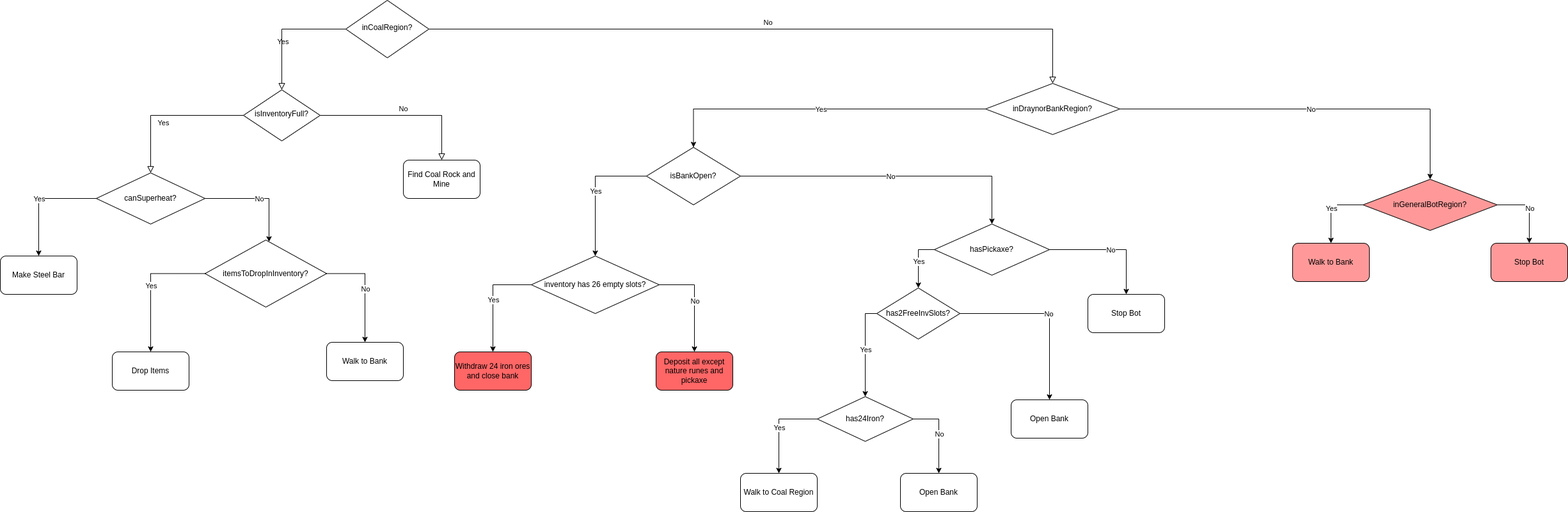
Earlier version of the draw.io export flowchart.png (palyfight/superheat-bot). Source tidied: cells renumbered, new cells last; positions are measured from the earlier drawing's top-left corner, leaving out a move shared by most shapes.
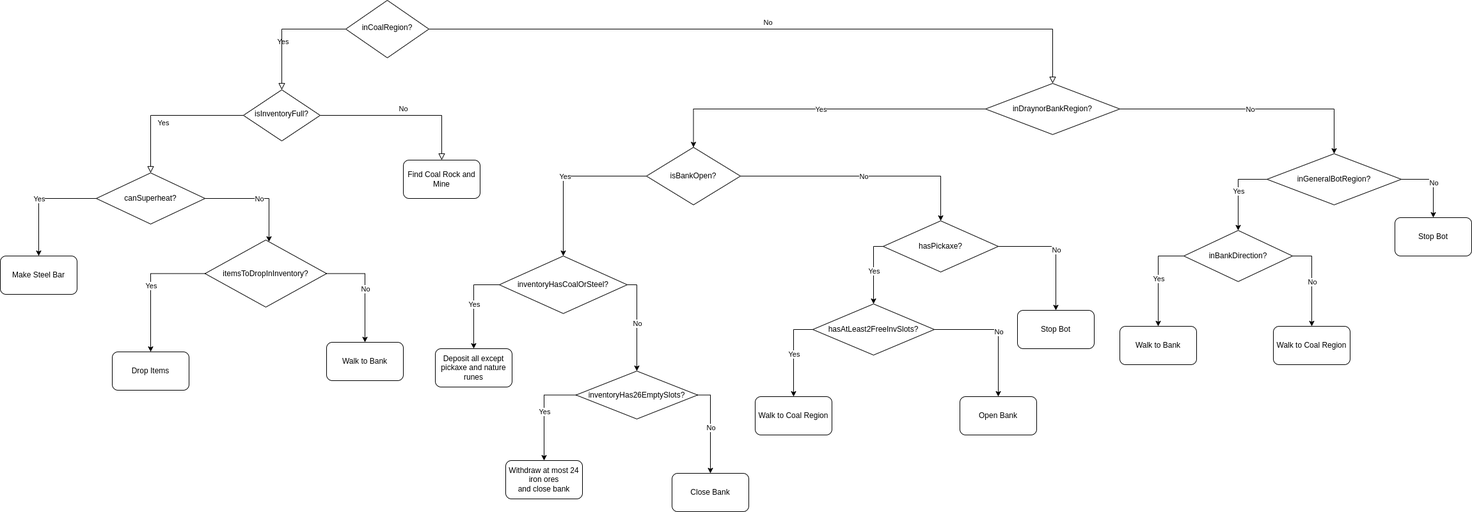
Later version of the same file.

What changed in the source:
```diff
@@ -64,8 +64,8 @@
     <mxCell id="20" value="Yes" style="edgeLabel;html=1;align=center;verticalAlign=middle;" parent="19" vertex="1">
       <mxGeometry relative="1" as="geometry" />
     </mxCell>
-    <mxCell id="21" value="inventory has 26 empty slots?" style="rhombus;whiteSpace=wrap;html=1;" parent="1" vertex="1">
-      <mxGeometry x="830" y="400" width="200" height="90" as="geometry" />
+    <mxCell id="21" value="inventoryHasCoalOrSteel?" style="rhombus;whiteSpace=wrap;html=1;" parent="1" vertex="1">
+      <mxGeometry x="780" y="400" width="200" height="90" as="geometry" />
     </mxCell>
     <mxCell id="22" style="endArrow=classic;html=1;rounded=0;exitX=0;exitY=0.5;exitDx=0;exitDy=0;edgeStyle=orthogonalEdgeStyle;" parent="1" edge="1" source="21" target="27">
       <mxGeometry relative="1" as="geometry" />
@@ -73,17 +73,14 @@
     <mxCell id="23" value="Yes" style="edgeLabel;html=1;align=center;verticalAlign=middle;" parent="22" vertex="1">
       <mxGeometry relative="1" as="geometry" />
     </mxCell>
-    <mxCell id="24" style="endArrow=classic;html=1;rounded=0;exitX=1;exitY=0.5;exitDx=0;exitDy=0;edgeStyle=orthogonalEdgeStyle;" parent="1" edge="1" source="21" target="26">
+    <mxCell id="24" style="endArrow=classic;html=1;rounded=0;exitX=1;exitY=0.5;exitDx=0;exitDy=0;edgeStyle=orthogonalEdgeStyle;" parent="1" edge="1" source="21" target="70">
       <mxGeometry relative="1" as="geometry" />
     </mxCell>
     <mxCell id="25" value="No" style="edgeLabel;html=1;align=center;verticalAlign=middle;" parent="24" vertex="1">
       <mxGeometry relative="1" as="geometry" />
     </mxCell>
-    <mxCell id="26" value="Deposit all except nature runes and pickaxe" style="rounded=1;whiteSpace=wrap;html=1;fillColor=#FF6666;" parent="1" vertex="1">
-      <mxGeometry x="1025" y="550" width="120" height="60" as="geometry" />
-    </mxCell>
-    <mxCell id="27" value="Withdraw 24 iron ores&lt;br style=&quot;border-color: var(--border-color);&quot;&gt;and close bank" style="rounded=1;whiteSpace=wrap;html=1;fillColor=#FF6666;" parent="1" vertex="1">
-      <mxGeometry x="710" y="550" width="120" height="60" as="geometry" />
+    <mxCell id="27" value="Deposit all except pickaxe and nature runes" style="rounded=1;whiteSpace=wrap;html=1;fillColor=#FFFFFF;" parent="1" vertex="1">
+      <mxGeometry x="680" y="545" width="120" height="60" as="geometry" />
     </mxCell>
     <mxCell id="28" style="endArrow=classic;html=1;rounded=0;exitX=1;exitY=0.5;exitDx=0;exitDy=0;edgeStyle=orthogonalEdgeStyle;" parent="1" edge="1" source="18" target="30">
       <mxGeometry relative="1" as="geometry" />
@@ -92,7 +89,7 @@
       <mxGeometry relative="1" as="geometry" />
     </mxCell>
     <mxCell id="30" value="hasPickaxe?" style="rhombus;whiteSpace=wrap;html=1;" parent="1" vertex="1">
-      <mxGeometry x="1460" y="350" width="180" height="80" as="geometry" />
+      <mxGeometry x="1380" y="345" width="180" height="80" as="geometry" />
     </mxCell>
     <mxCell id="31" style="endArrow=classic;html=1;rounded=0;exitX=0;exitY=0.5;exitDx=0;exitDy=0;edgeStyle=orthogonalEdgeStyle;entryX=0.5;entryY=0;entryDx=0;entryDy=0;" parent="1" edge="1" source="30" target="33">
       <mxGeometry relative="1" as="geometry" />
@@ -100,27 +97,15 @@
     <mxCell id="32" value="Yes" style="edgeLabel;html=1;align=center;verticalAlign=middle;" parent="31" vertex="1">
       <mxGeometry relative="1" as="geometry" />
     </mxCell>
-    <mxCell id="33" value="has2FreeInvSlots?" style="rhombus;whiteSpace=wrap;html=1;" parent="1" vertex="1">
-      <mxGeometry x="1370" y="450" width="130" height="80" as="geometry" />
+    <mxCell id="33" value="hasAtLeast2FreeInvSlots?" style="rhombus;whiteSpace=wrap;html=1;" parent="1" vertex="1">
+      <mxGeometry x="1270" y="475" width="190" height="80" as="geometry" />
     </mxCell>
-    <mxCell id="34" style="endArrow=classic;html=1;rounded=0;exitX=0;exitY=0.5;exitDx=0;exitDy=0;edgeStyle=orthogonalEdgeStyle;" parent="1" edge="1" source="33" target="36">
+    <mxCell id="34" style="endArrow=classic;html=1;rounded=0;exitX=0;exitY=0.5;exitDx=0;exitDy=0;edgeStyle=orthogonalEdgeStyle;entryX=0.5;entryY=0;entryDx=0;entryDy=0;" parent="1" edge="1" source="33" target="49">
       <mxGeometry relative="1" as="geometry" />
     </mxCell>
     <mxCell id="35" value="Yes" style="edgeLabel;html=1;align=center;verticalAlign=middle;" parent="34" vertex="1">
       <mxGeometry relative="1" as="geometry" />
     </mxCell>
-    <mxCell id="36" value="has24Iron?" style="rhombus;whiteSpace=wrap;html=1;" parent="1" vertex="1">
-      <mxGeometry x="1277" y="620" width="150" height="70" as="geometry" />
-    </mxCell>
-    <mxCell id="37" style="endArrow=classic;html=1;rounded=0;exitX=0;exitY=0.5;exitDx=0;exitDy=0;edgeStyle=orthogonalEdgeStyle;" parent="1" edge="1" source="36" target="39">
-      <mxGeometry relative="1" as="geometry" />
-    </mxCell>
-    <mxCell id="38" value="Yes" style="edgeLabel;html=1;align=center;verticalAlign=middle;" parent="37" vertex="1">
-      <mxGeometry relative="1" as="geometry" />
-    </mxCell>
-    <mxCell id="39" value="Walk to Coal Region" style="rounded=1;whiteSpace=wrap;html=1;" parent="1" vertex="1">
-      <mxGeometry x="1157" y="740" width="120" height="60" as="geometry" />
-    </mxCell>
     <mxCell id="40" value="itemsToDropInInventory?" style="rhombus;whiteSpace=wrap;html=1;" parent="1" vertex="1">
       <mxGeometry x="320" y="375" width="190" height="105" as="geometry" />
     </mxCell>
@@ -142,14 +127,8 @@
     <mxCell id="46" value="Walk to Bank" style="rounded=1;whiteSpace=wrap;html=1;" parent="1" vertex="1">
       <mxGeometry x="510" y="535" width="120" height="60" as="geometry" />
     </mxCell>
-    <mxCell id="47" style="endArrow=classic;html=1;rounded=0;exitX=1;exitY=0.5;exitDx=0;exitDy=0;edgeStyle=orthogonalEdgeStyle;" parent="1" edge="1" source="36" target="49">
-      <mxGeometry relative="1" as="geometry" />
-    </mxCell>
-    <mxCell id="48" value="No" style="edgeLabel;html=1;align=center;verticalAlign=middle;" parent="47" vertex="1">
-      <mxGeometry relative="1" as="geometry" />
-    </mxCell>
-    <mxCell id="49" value="Open Bank" style="rounded=1;whiteSpace=wrap;html=1;" parent="1" vertex="1">
-      <mxGeometry x="1407" y="740" width="120" height="60" as="geometry" />
+    <mxCell id="49" value="Walk to Coal Region" style="rounded=1;whiteSpace=wrap;html=1;" parent="1" vertex="1">
+      <mxGeometry x="1180" y="620" width="120" height="60" as="geometry" />
     </mxCell>
     <mxCell id="50" style="endArrow=classic;html=1;rounded=0;exitX=1;exitY=0.5;exitDx=0;exitDy=0;edgeStyle=orthogonalEdgeStyle;" parent="1" edge="1" source="33" target="52">
       <mxGeometry relative="1" as="geometry" />
@@ -158,7 +137,7 @@
       <mxGeometry relative="1" as="geometry" />
     </mxCell>
     <mxCell id="52" value="Open Bank" style="rounded=1;whiteSpace=wrap;html=1;" parent="1" vertex="1">
-      <mxGeometry x="1580" y="625" width="120" height="60" as="geometry" />
+      <mxGeometry x="1500" y="620" width="120" height="60" as="geometry" />
     </mxCell>
     <mxCell id="53" style="endArrow=classic;html=1;rounded=0;exitX=1;exitY=0.5;exitDx=0;exitDy=0;edgeStyle=orthogonalEdgeStyle;" parent="1" edge="1" source="30" target="55">
       <mxGeometry relative="1" as="geometry" />
@@ -167,7 +146,7 @@
       <mxGeometry relative="1" as="geometry" />
     </mxCell>
     <mxCell id="55" value="Stop Bot" style="rounded=1;whiteSpace=wrap;html=1;fillColor=#FFFFFF;" parent="1" vertex="1">
-      <mxGeometry x="1700" y="460" width="120" height="60" as="geometry" />
+      <mxGeometry x="1590" y="485" width="120" height="60" as="geometry" />
     </mxCell>
     <mxCell id="56" style="endArrow=classic;html=1;rounded=0;exitX=1;exitY=0.5;exitDx=0;exitDy=0;edgeStyle=orthogonalEdgeStyle;" parent="1" edge="1" source="15" target="58">
       <mxGeometry relative="1" as="geometry" />
@@ -175,26 +154,65 @@
     <mxCell id="57" value="No" style="edgeLabel;html=1;align=center;verticalAlign=middle;fillColor=#FFFFFF;" parent="56" vertex="1">
       <mxGeometry relative="1" as="geometry" />
     </mxCell>
-    <mxCell id="58" value="inGeneralBotRegion?" style="rhombus;whiteSpace=wrap;html=1;fillColor=#FF9999;" parent="1" vertex="1">
-      <mxGeometry x="2130" y="280" width="210" height="80" as="geometry" />
+    <mxCell id="58" value="inGeneralBotRegion?" style="rhombus;whiteSpace=wrap;html=1;fillColor=#FFFFFF;" parent="1" vertex="1">
+      <mxGeometry x="1980" y="240" width="210" height="80" as="geometry" />
     </mxCell>
-    <mxCell id="59" style="endArrow=classic;html=1;rounded=0;exitX=1;exitY=0.5;exitDx=0;exitDy=0;edgeStyle=orthogonalEdgeStyle;fillColor=#FF9999;" parent="1" edge="1" source="58" target="64">
+    <mxCell id="59" style="endArrow=classic;html=1;rounded=0;exitX=1;exitY=0.5;exitDx=0;exitDy=0;edgeStyle=orthogonalEdgeStyle;fillColor=#FFFFFF;" parent="1" edge="1" source="58" target="64">
       <mxGeometry relative="1" as="geometry" />
     </mxCell>
-    <mxCell id="60" value="No" style="edgeLabel;html=1;align=center;verticalAlign=middle;fillColor=#FF9999;" parent="59" vertex="1">
+    <mxCell id="60" value="No" style="edgeLabel;html=1;align=center;verticalAlign=middle;fillColor=#FFFFFF;" parent="59" vertex="1">
       <mxGeometry relative="1" as="geometry" />
     </mxCell>
-    <mxCell id="61" style="endArrow=classic;html=1;rounded=0;exitX=0;exitY=0.5;exitDx=0;exitDy=0;edgeStyle=orthogonalEdgeStyle;fillColor=#FF9999;" parent="1" edge="1" source="58" target="63">
+    <mxCell id="61" style="endArrow=classic;html=1;rounded=0;exitX=0;exitY=0.5;exitDx=0;exitDy=0;edgeStyle=orthogonalEdgeStyle;fillColor=#FFFFFF;" parent="1" edge="1" source="58" target="65">
       <mxGeometry relative="1" as="geometry" />
     </mxCell>
-    <mxCell id="62" value="Yes" style="edgeLabel;html=1;align=center;verticalAlign=middle;fillColor=#FF9999;" parent="61" vertex="1">
+    <mxCell id="62" value="Yes" style="edgeLabel;html=1;align=center;verticalAlign=middle;fillColor=#FFFFFF;" parent="61" vertex="1">
       <mxGeometry relative="1" as="geometry" />
     </mxCell>
+    <mxCell id="64" value="Stop Bot" style="rounded=1;whiteSpace=wrap;html=1;fillColor=#FFFFFF;" parent="1" vertex="1">
+      <mxGeometry x="2180" y="340" width="120" height="60" as="geometry" />
+    </mxCell>
+    <mxCell id="65" value="inBankDirection?" style="rhombus;whiteSpace=wrap;html=1;fillColor=#FFFFFF;" parent="1" vertex="1">
+      <mxGeometry x="1850" y="360" width="170" height="80" as="geometry" />
+    </mxCell>
+    <mxCell id="66" style="endArrow=classic;html=1;rounded=0;fillColor=#FFFFFF;exitX=1;exitY=0.5;exitDx=0;exitDy=0;edgeStyle=orthogonalEdgeStyle;" parent="1" edge="1" source="65" target="39">
+      <mxGeometry relative="1" as="geometry" />
+    </mxCell>
+    <mxCell id="67" value="No" style="edgeLabel;html=1;align=center;verticalAlign=middle;fillColor=#FFFFFF;" parent="66" vertex="1">
+      <mxGeometry relative="1" as="geometry" />
+    </mxCell>
+    <mxCell id="68" style="endArrow=classic;html=1;rounded=0;fillColor=#FFFFFF;exitX=0;exitY=0.5;exitDx=0;exitDy=0;edgeStyle=orthogonalEdgeStyle;" parent="1" edge="1" source="65" target="63">
+      <mxGeometry relative="1" as="geometry" />
+    </mxCell>
+    <mxCell id="69" value="Yes" style="edgeLabel;html=1;align=center;verticalAlign=middle;fillColor=#FFFFFF;" parent="68" vertex="1">
+      <mxGeometry relative="1" as="geometry" />
+    </mxCell>
+    <mxCell id="39" value="Walk to Coal Region" style="rounded=1;whiteSpace=wrap;html=1;fillColor=#FFFFFF;" parent="1" vertex="1">
+      <mxGeometry x="1990" y="510" width="120" height="60" as="geometry" />
+    </mxCell>
-    <mxCell id="63" value="Walk to Bank" style="rounded=1;whiteSpace=wrap;html=1;fillColor=#FF9999;" parent="1" vertex="1">
-      <mxGeometry x="2020" y="380" width="120" height="60" as="geometry" />
+    <mxCell id="63" value="Walk to Bank" style="rounded=1;whiteSpace=wrap;html=1;fillColor=#FFFFFF;" parent="1" vertex="1">
+      <mxGeometry x="1750" y="510" width="120" height="60" as="geometry" />
     </mxCell>
-    <mxCell id="64" value="Stop Bot" style="rounded=1;whiteSpace=wrap;html=1;fillColor=#FF9999;" parent="1" vertex="1">
-      <mxGeometry x="2330" y="380" width="120" height="60" as="geometry" />
-    </mxCell>
+    <mxCell id="70" value="inventoryHas26EmptySlots?" style="rhombus;whiteSpace=wrap;html=1;fillColor=#FFFFFF;" parent="1" vertex="1">
+      <mxGeometry x="900" y="580" width="190" height="75" as="geometry" />
+    </mxCell>
+    <mxCell id="71" style="endArrow=classic;html=1;rounded=0;fillColor=#FFFFFF;exitX=0;exitY=0.5;exitDx=0;exitDy=0;edgeStyle=orthogonalEdgeStyle;" parent="1" edge="1" source="70" target="76">
+      <mxGeometry relative="1" as="geometry" />
+    </mxCell>
+    <mxCell id="72" value="Yes" style="edgeLabel;html=1;align=center;verticalAlign=middle;fillColor=#FFFFFF;" parent="71" vertex="1">
+      <mxGeometry relative="1" as="geometry" />
+    </mxCell>
+    <mxCell id="73" style="endArrow=classic;html=1;rounded=0;fillColor=#FFFFFF;exitX=1;exitY=0.5;exitDx=0;exitDy=0;edgeStyle=orthogonalEdgeStyle;" parent="1" edge="1" source="70" target="75">
+      <mxGeometry relative="1" as="geometry" />
+    </mxCell>
+    <mxCell id="74" value="No" style="edgeLabel;html=1;align=center;verticalAlign=middle;fillColor=#FFFFFF;" parent="73" vertex="1">
+      <mxGeometry relative="1" as="geometry" />
+    </mxCell>
+    <mxCell id="75" value="Close Bank" style="rounded=1;whiteSpace=wrap;html=1;fillColor=#FFFFFF;" parent="1" vertex="1">
+      <mxGeometry x="1050" y="740" width="120" height="60" as="geometry" />
+    </mxCell>
+    <mxCell id="76" value="Withdraw at most 24 iron ores&lt;br style=&quot;border-color: var(--border-color);&quot;&gt;and close bank" style="rounded=1;whiteSpace=wrap;html=1;fillColor=#FFFFFF;" parent="1" vertex="1">
+      <mxGeometry x="790" y="720" width="120" height="60" as="geometry" />
+    </mxCell>
   </root>
 </mxGraphModel>
```
